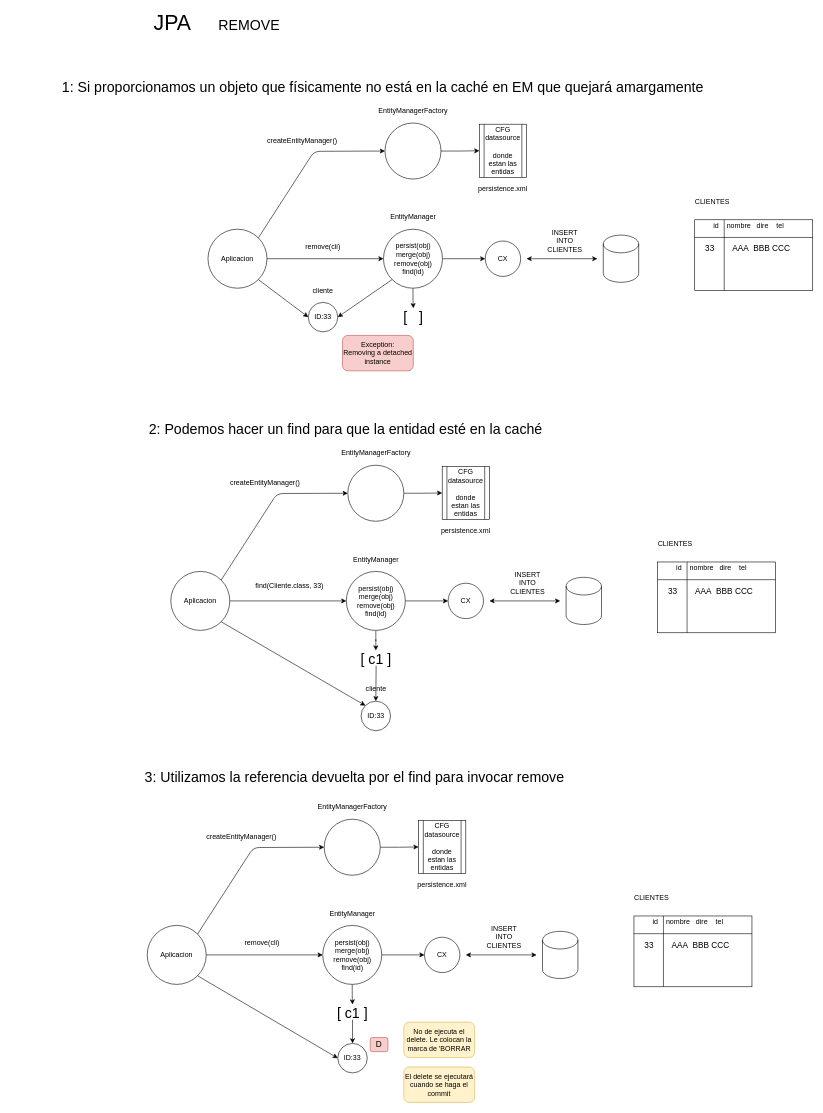
Before: page "Página-16" (16 of 30) of diagramas.drawio in lrag/JEE, a draw.io diagram. Source tidied: cells renumbered, new cells numbered last; positions are measured from the earlier drawing's top-left corner, leaving out a move shared by most shapes. Both pictures are drawn from the tidied source at 59%, with x=0, y=0 at pixel (10, 14).
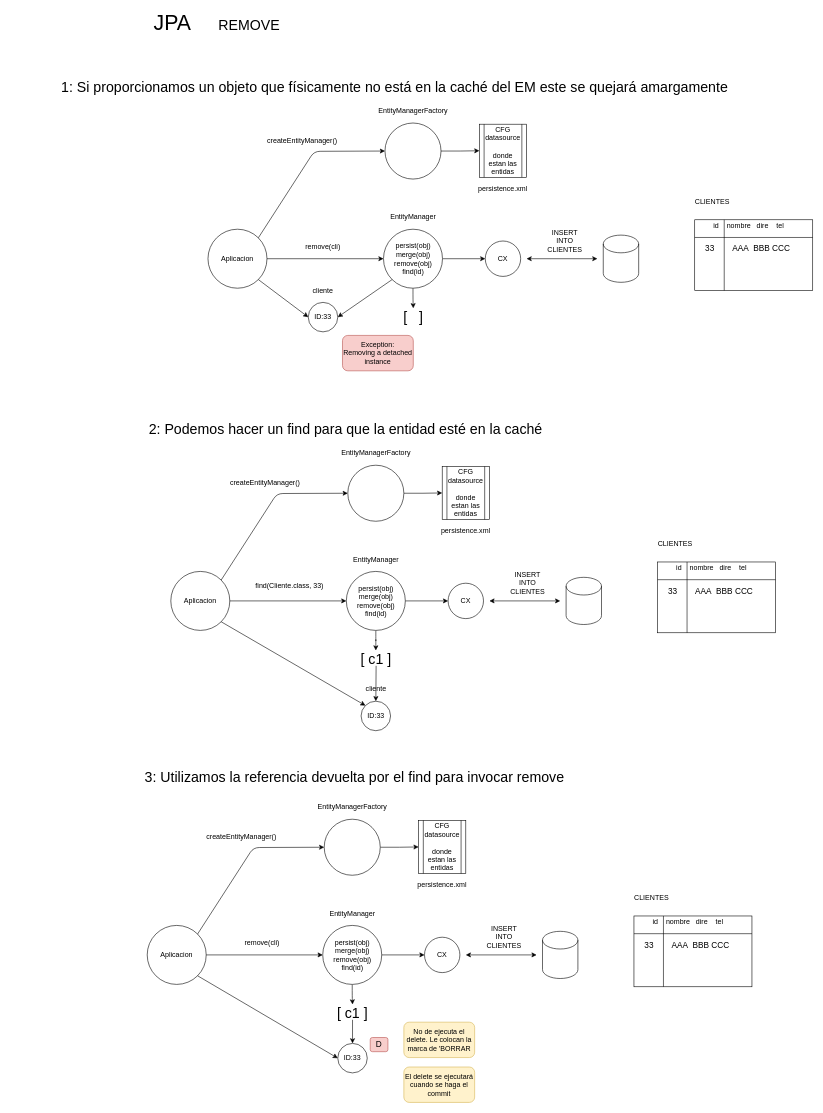
The same diagram, later.

Diff of the diagram source:
```diff
@@
-    <mxCell id="27" value="&lt;font style=&quot;font-size: 24px&quot;&gt;1: Si proporcionamos un objeto que físicamente no está en la caché en EM que quejará amargamente&lt;/font&gt;" style="text;html=1;strokeColor=none;fillColor=none;align=center;verticalAlign=middle;whiteSpace=wrap;rounded=0;fontSize=36;" parent="1" vertex="1">
-      <mxGeometry x="63" y="105" width="1137" height="30" as="geometry" />
+    <mxCell id="27" value="&lt;font style=&quot;font-size: 24px&quot;&gt;1: Si proporcionamos un objeto que físicamente no está en la caché del EM este se quejará amargamente&lt;/font&gt;" style="text;html=1;strokeColor=none;fillColor=none;align=center;verticalAlign=middle;whiteSpace=wrap;rounded=0;fontSize=36;" parent="1" vertex="1">
+      <mxGeometry x="63" y="105" width="1177" height="30" as="geometry" />
     </mxCell>
```
